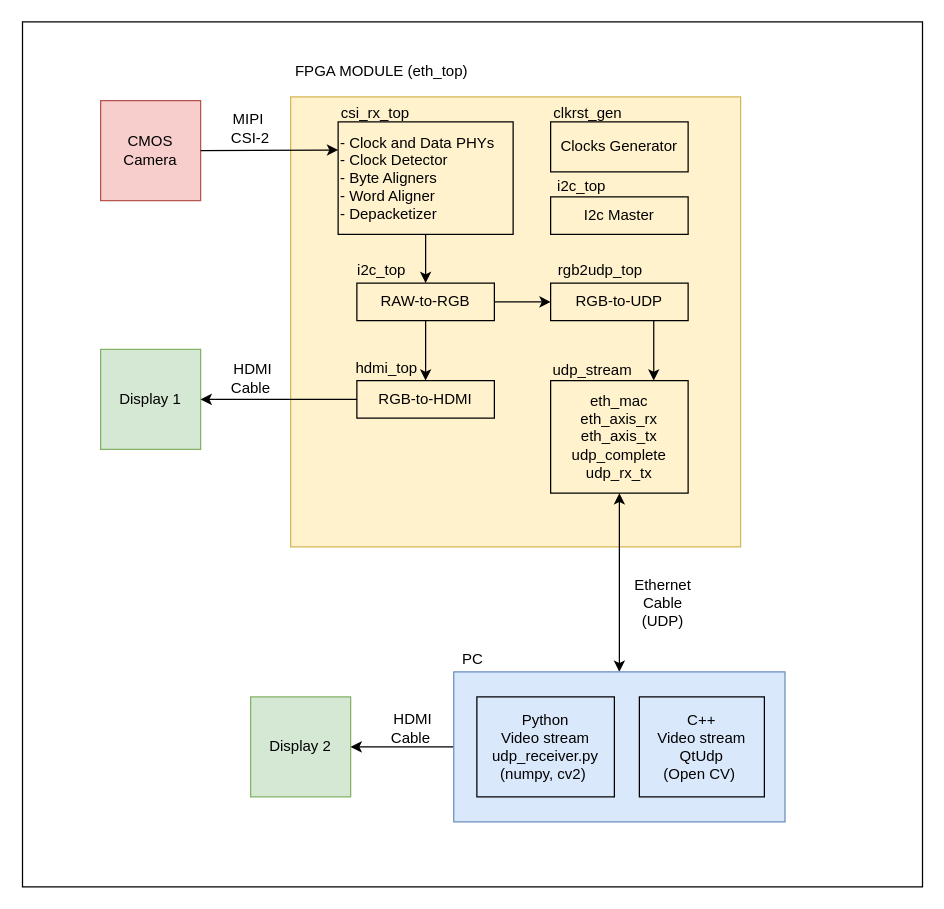
The draw.io diagram 0.doc/BlockDiagram.drawio in chili-chips-ba/openeye-CamSI-ethernet, before the edit. Source tidied: cells renumbered, new cells numbered last; positions are measured from the earlier drawing's top-left corner, leaving out a move shared by most shapes. Both pictures are drawn from the tidied source at 125%, with x=0, y=0 at pixel (22, 21).
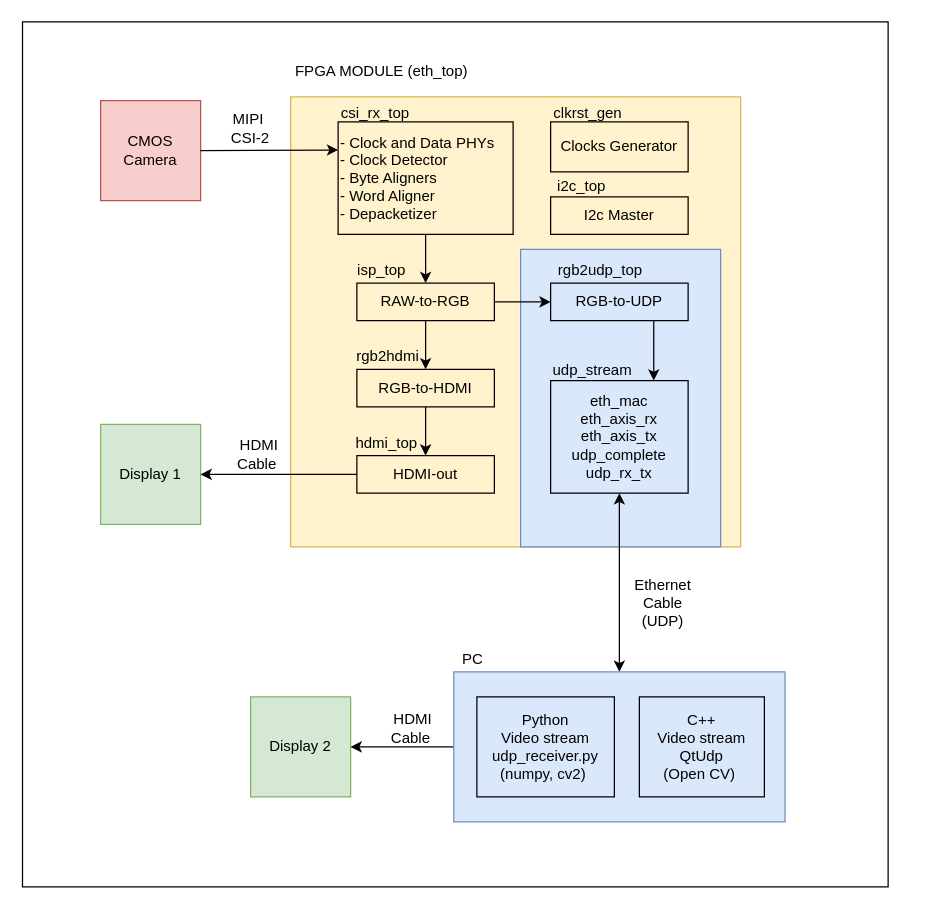
After the change.

Unchanged cells that the change refers to:
```xml
<mxCell id="20" value="&lt;div&gt;RAW-to-&lt;span style=&quot;background-color: transparent; color: light-dark(rgb(0, 0, 0), rgb(255, 255, 255));&quot;&gt;RGB&lt;/span&gt;&lt;/div&gt;" style="whiteSpace=wrap;html=1;fillColor=none;align=center;" parent="1" vertex="1">
  <mxGeometry x="267" y="209" width="110" height="30" as="geometry" />
</mxCell>
```

What changed in the source:
```diff
@@
     <mxCell id="2" style="whiteSpace=wrap;html=1;fillColor=default;" parent="1" vertex="1">
-      <mxGeometry x="-0.5" width="720" height="692" as="geometry" />
+      <mxGeometry x="-0.5" width="692.5" height="692" as="geometry" />
     </mxCell>
@@
+    <mxCell id="38" style="whiteSpace=wrap;html=1;fillColor=#dae8fc;strokeColor=#6c8ebf;" parent="1" vertex="1">
+      <mxGeometry x="398" y="182" width="160" height="238" as="geometry" />
+    </mxCell>
@@
     <mxCell id="6" value="Display 1" style="whiteSpace=wrap;html=1;fillColor=#d5e8d4;strokeColor=#82b366;" parent="1" vertex="1">
-      <mxGeometry x="62" y="262" width="80" height="80" as="geometry" />
+      <mxGeometry x="62" y="322" width="80" height="80" as="geometry" />
     </mxCell>
@@
     <mxCell id="13" value="HDMI Cable&amp;nbsp;" style="text;html=1;whiteSpace=wrap;strokeColor=none;fillColor=none;align=center;verticalAlign=middle;rounded=0;" parent="1" vertex="1">
-      <mxGeometry x="159" y="270" width="50" height="30" as="geometry" />
+      <mxGeometry x="164" y="331" width="50" height="30" as="geometry" />
     </mxCell>
@@
-    <mxCell id="21" value="i2c_top" style="text;html=1;whiteSpace=wrap;strokeColor=none;fillColor=none;align=center;verticalAlign=middle;rounded=0;" parent="1" vertex="1">
+    <mxCell id="21" value="isp_top" style="text;html=1;whiteSpace=wrap;strokeColor=none;fillColor=none;align=center;verticalAlign=middle;rounded=0;" parent="1" vertex="1">
       <mxGeometry x="262" y="189" width="50" height="20" as="geometry" />
     </mxCell>
-    <mxCell id="22" value="&lt;div&gt;RGB-to-HDMI&lt;/div&gt;" style="whiteSpace=wrap;html=1;fillColor=none;align=center;" parent="1" vertex="1">
-      <mxGeometry x="267" y="287" width="110" height="30" as="geometry" />
+    <mxCell id="22" value="&lt;div&gt;HDMI-out&lt;/div&gt;" style="whiteSpace=wrap;html=1;fillColor=none;align=center;" parent="1" vertex="1">
+      <mxGeometry x="267" y="347" width="110" height="30" as="geometry" />
     </mxCell>
     <mxCell id="23" value="hdmi_top" style="text;html=1;whiteSpace=wrap;strokeColor=none;fillColor=none;align=center;verticalAlign=middle;rounded=0;" parent="1" vertex="1">
-      <mxGeometry x="266" y="267" width="50" height="20" as="geometry" />
+      <mxGeometry x="266" y="327" width="50" height="20" as="geometry" />
     </mxCell>
@@
-    <mxCell id="29" style="endArrow=classic;html=1;rounded=0;entryX=0.5;entryY=0;entryDx=0;entryDy=0;exitX=0.5;exitY=1;exitDx=0;exitDy=0;" parent="1" edge="1" source="20" target="22">
+    <mxCell id="29" style="endArrow=classic;html=1;rounded=0;entryX=0.5;entryY=0;entryDx=0;entryDy=0;exitX=0.5;exitY=1;exitDx=0;exitDy=0;" parent="1" edge="1" source="40" target="22">
       <mxGeometry relative="1" as="geometry" />
     </mxCell>
@@
+    <mxCell id="39" style="endArrow=classic;html=1;rounded=0;entryX=0.5;entryY=0;entryDx=0;entryDy=0;exitX=0.5;exitY=1;exitDx=0;exitDy=0;" parent="1" edge="1" source="20" target="40">
+      <mxGeometry relative="1" as="geometry" />
+    </mxCell>
+    <mxCell id="40" value="RGB-to-HDMI" style="whiteSpace=wrap;html=1;fillColor=none;align=center;" parent="1" vertex="1">
+      <mxGeometry x="267" y="278" width="110" height="30" as="geometry" />
+    </mxCell>
+    <mxCell id="41" value="rgb2hdmi" style="text;html=1;whiteSpace=wrap;strokeColor=none;fillColor=none;align=center;verticalAlign=middle;rounded=0;" parent="1" vertex="1">
+      <mxGeometry x="267" y="258" width="50" height="20" as="geometry" />
+    </mxCell>
```
